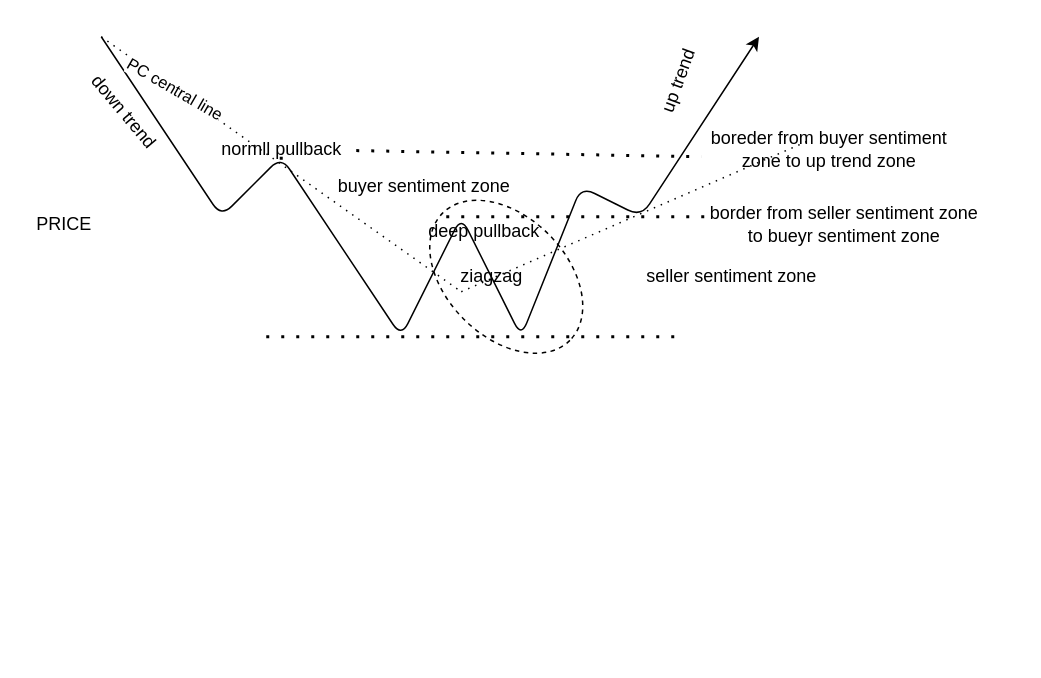
This is draws/06 -- trend reverse.drawio from uzziahmogg/LithiumIndicator, a draw.io file, before an edit. Source tidied: cells renumbered, new cells numbered last; positions are measured from the earlier drawing's top-left corner, leaving out a move shared by most shapes. Both pictures are drawn from the tidied source at 150%, with x=0, y=0 at pixel (26, 36).
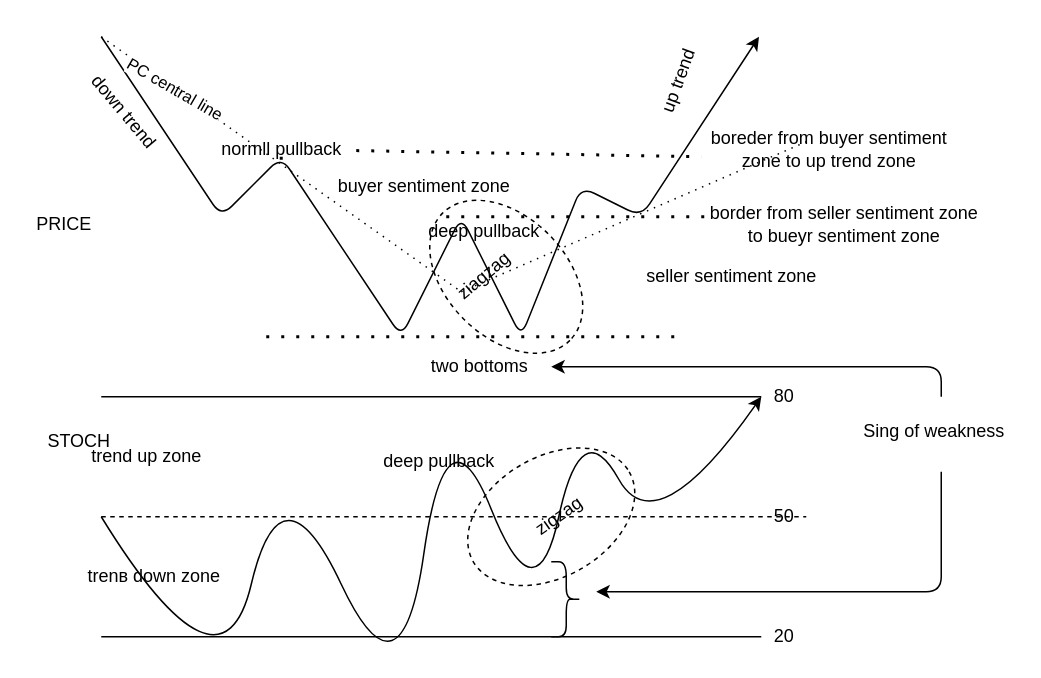
The same page after the edit.

Change to the diagram source:
```diff
@@
-    <mxCell id="14" value="ziagzag" style="text;html=1;align=center;verticalAlign=middle;strokeColor=none;" parent="1" vertex="1">
-      <mxGeometry x="280" y="150" width="60" height="20" as="geometry" />
-    </mxCell>
@@
+    <mxCell id="21" style="endArrow=none;html=1;startArrow=none;" parent="1" edge="1" source="29">
+      <mxGeometry relative="1" as="geometry">
+        <mxPoint x="520" y="240" as="targetPoint" />
+      </mxGeometry>
+    </mxCell>
+    <mxCell id="22" style="endArrow=none;html=1;startArrow=none;" parent="1" edge="1" source="26">
+      <mxGeometry relative="1" as="geometry">
+        <mxPoint x="520" y="400" as="targetPoint" />
+      </mxGeometry>
+    </mxCell>
+    <mxCell id="23" style="ellipse;whiteSpace=wrap;html=1;rotation=-30;dashed=1;" parent="1" vertex="1">
+      <mxGeometry x="290" y="280" width="120" height="80" as="geometry" />
+    </mxCell>
+    <mxCell id="24" style="endArrow=none;html=1;dashed=1;" parent="1" edge="1">
+      <mxGeometry relative="1" as="geometry">
+        <mxPoint x="50" y="320" as="sourcePoint" />
+        <mxPoint x="520" y="320" as="targetPoint" />
+      </mxGeometry>
+    </mxCell>
+    <mxCell id="25" style="curved=1;endArrow=classic;html=1;" parent="1" edge="1">
+      <mxGeometry relative="1" as="geometry">
+        <mxPoint x="50" y="320" as="sourcePoint" />
+        <mxPoint x="490" y="240" as="targetPoint" />
+        <Array as="points">
+          <mxPoint x="130" y="450" />
+          <mxPoint x="170" y="280" />
+          <mxPoint x="250" y="450" />
+          <mxPoint x="280" y="240" />
+          <mxPoint x="340" y="390" />
+          <mxPoint x="370" y="250" />
+          <mxPoint x="420" y="340" />
+        </Array>
+      </mxGeometry>
+    </mxCell>
+    <mxCell id="14" value="ziagzag" style="text;html=1;align=center;verticalAlign=middle;strokeColor=none;rotation=-40;" parent="1" vertex="1">
+      <mxGeometry x="275" y="150" width="60" height="20" as="geometry" />
+    </mxCell>
+    <mxCell id="26" value="20" style="text;html=1;align=center;verticalAlign=middle;points=[];strokeColor=none;" parent="1" vertex="1">
+      <mxGeometry x="490" y="390" width="30" height="20" as="geometry" />
+    </mxCell>
+    <mxCell id="27" style="endArrow=none;html=1;" parent="1" edge="1" target="26">
+      <mxGeometry relative="1" as="geometry">
+        <mxPoint x="50" y="400" as="sourcePoint" />
+      </mxGeometry>
+    </mxCell>
+    <mxCell id="28" value="50" style="text;html=1;align=center;verticalAlign=middle;strokeColor=none;" parent="1" vertex="1">
+      <mxGeometry x="490" y="310" width="30" height="20" as="geometry" />
+    </mxCell>
+    <mxCell id="29" value="80" style="text;html=1;align=center;verticalAlign=middle;points=[];strokeColor=none;" parent="1" vertex="1">
+      <mxGeometry x="490" y="230" width="30" height="20" as="geometry" />
+    </mxCell>
+    <mxCell id="30" style="endArrow=none;html=1;" parent="1" edge="1" target="29">
+      <mxGeometry relative="1" as="geometry">
+        <mxPoint x="50" y="240" as="sourcePoint" />
+      </mxGeometry>
+    </mxCell>
+    <mxCell id="31" value="trend up zone" style="text;html=1;align=center;verticalAlign=middle;strokeColor=none;" parent="1" vertex="1">
+      <mxGeometry x="35" y="270" width="90" height="20" as="geometry" />
+    </mxCell>
+    <mxCell id="32" value="trenв down zone" style="text;html=1;align=center;verticalAlign=middle;strokeColor=none;" parent="1" vertex="1">
+      <mxGeometry x="35" y="350" width="100" height="20" as="geometry" />
+    </mxCell>
+    <mxCell id="33" style="shape=curlyBracket;whiteSpace=wrap;html=1;rounded=1;flipH=1;" parent="1" vertex="1">
+      <mxGeometry x="350" y="350" width="20" height="50" as="geometry" />
+    </mxCell>
+    <mxCell id="34" value="zigzag" style="text;html=1;align=center;verticalAlign=middle;strokeColor=none;rotation=-35;" parent="1" vertex="1">
+      <mxGeometry x="330" y="310" width="50" height="20" as="geometry" />
+    </mxCell>
+    <mxCell id="35" style="endArrow=classic;html=1;" parent="1" edge="1">
+      <mxGeometry relative="1" as="geometry">
+        <mxPoint x="610" y="290" as="sourcePoint" />
+        <mxPoint x="380" y="370" as="targetPoint" />
+        <Array as="points">
+          <mxPoint x="610" y="370" />
+        </Array>
+      </mxGeometry>
+    </mxCell>
+    <mxCell id="36" style="endArrow=classic;html=1;" parent="1" edge="1" target="39">
+      <mxGeometry relative="1" as="geometry">
+        <mxPoint x="610" y="240" as="sourcePoint" />
+        <Array as="points">
+          <mxPoint x="610" y="220" />
+        </Array>
+      </mxGeometry>
+    </mxCell>
+    <mxCell id="37" value="Sing of weakness" style="text;html=1;align=center;verticalAlign=middle;strokeColor=none;" parent="1" vertex="1">
+      <mxGeometry x="550" y="252.5" width="110" height="20" as="geometry" />
+    </mxCell>
+    <mxCell id="38" value="deep pullback" style="text;html=1;align=center;verticalAlign=middle;strokeColor=none;" parent="1" vertex="1">
+      <mxGeometry x="230" y="272.5" width="90" height="20" as="geometry" />
+    </mxCell>
+    <mxCell id="39" value="two bottoms" style="text;html=1;strokeColor=none;fillColor=none;align=center;verticalAlign=middle;whiteSpace=wrap;rounded=0;" parent="1" vertex="1">
+      <mxGeometry x="255" y="210" width="95" height="20" as="geometry" />
+    </mxCell>
+    <mxCell id="40" value="STOCH" style="text;html=1;align=center;verticalAlign=middle;strokeColor=none;" parent="1" vertex="1">
+      <mxGeometry x="5" y="260" width="60" height="20" as="geometry" />
+    </mxCell>
```
